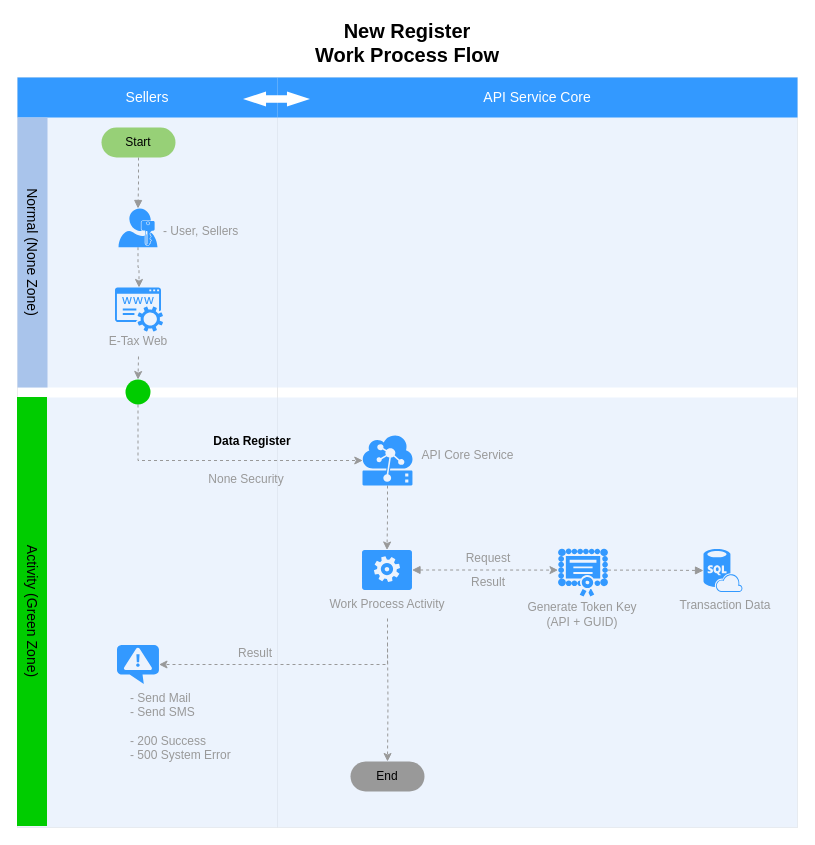
The draw.io diagram Register Work Process Flow.drawio in nirawat/eTax, before the edit. Source tidied: cells renumbered, new cells numbered last; positions are measured from the earlier drawing's top-left corner, leaving out a move shared by most shapes. Both pictures are drawn from the tidied source at 100%, with x=0, y=0 at pixel (-183, 17).
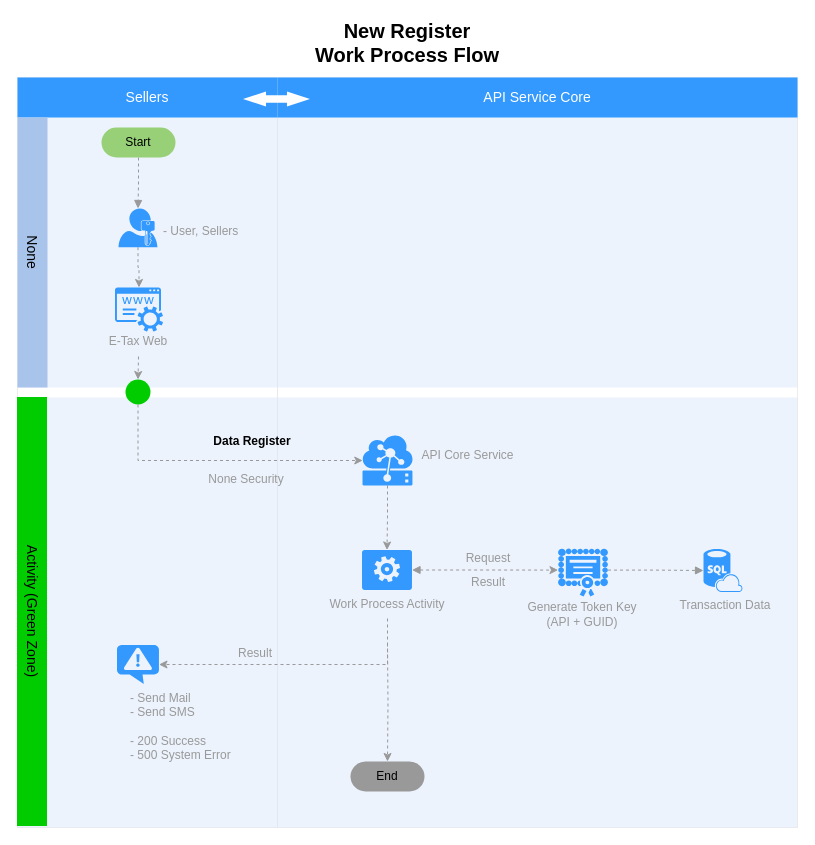
After the change.

The edit, as a diff of the source:
```diff
@@
-    <mxCell id="45" value="Normal (None Zone)" style="whiteSpace=wrap;html=1;dashed=1;strokeColor=none;strokeWidth=2;fillColor=#A9C4EB;fontFamily=Helvetica;fontSize=14;fontColor=#000000;fontStyle=0;rotation=90;" parent="1" vertex="1">
+    <mxCell id="45" value="None" style="whiteSpace=wrap;html=1;dashed=1;strokeColor=none;strokeWidth=2;fillColor=#A9C4EB;fontFamily=Helvetica;fontSize=14;fontColor=#000000;fontStyle=0;rotation=90;" parent="1" vertex="1">
       <mxGeometry x="80" y="220" width="270" height="30" as="geometry" />
     </mxCell>
```
